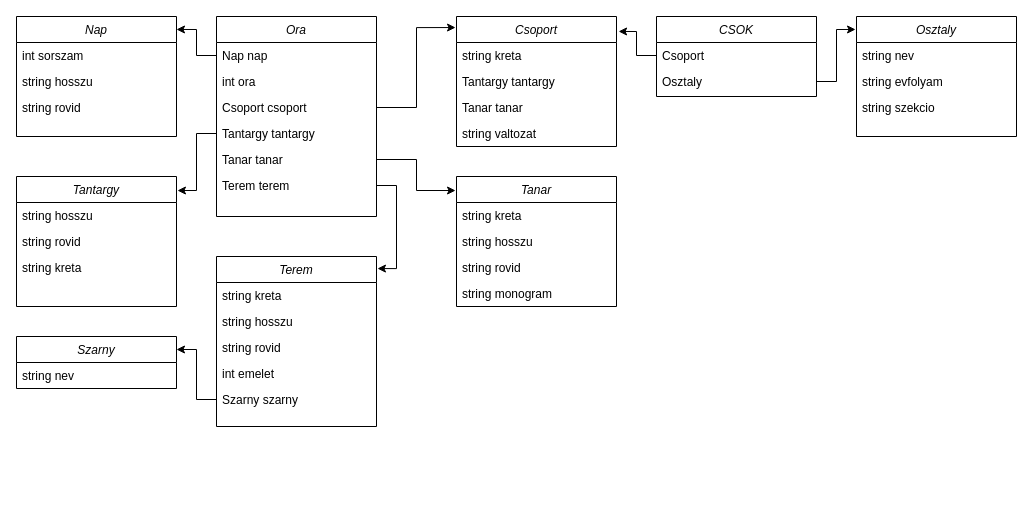
MolnAtt/szlgorarend keeps this draw.io diagram as dbmodel.drawio. Above is the earlier version. Source tidied: cells renumbered, new cells numbered last; positions are measured from the earlier drawing's top-left corner, leaving out a move shared by most shapes. Both pictures are drawn from the tidied source at 100%, with x=0, y=0 at pixel (16, 16).
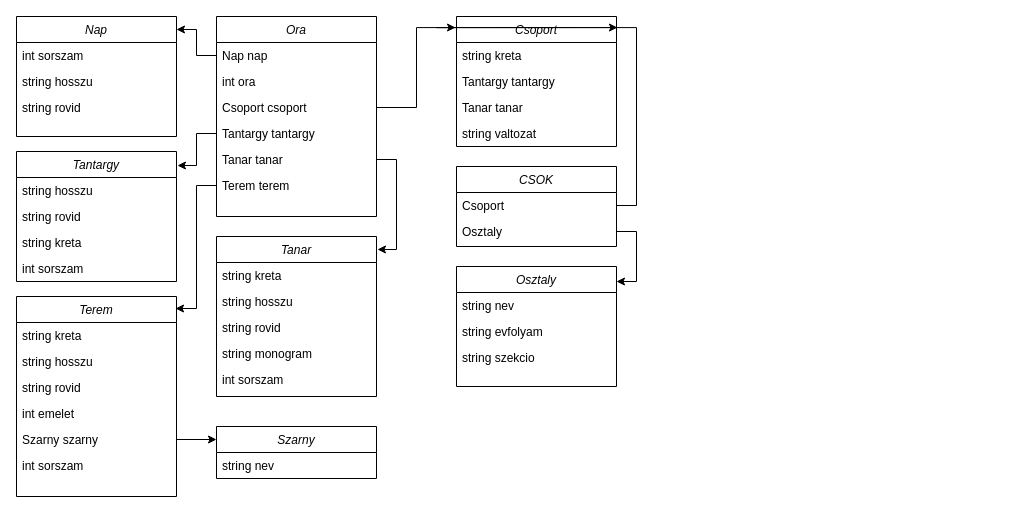
After the change.

The change refers to these unchanged cells:
```xml
<mxCell id="7" value="Tanar tanar&#10;" style="text;align=left;verticalAlign=top;spacingLeft=4;spacingRight=4;overflow=hidden;points=[[0,0.5],[1,0.5]];portConstraint=eastwest;rounded=0;shadow=0;html=0;" parent="2" vertex="1">
  <mxGeometry y="130" width="160" height="26" as="geometry" />
</mxCell>
<mxCell id="8" value="Terem terem&#10;" style="text;align=left;verticalAlign=top;spacingLeft=4;spacingRight=4;overflow=hidden;points=[[0,0.5],[1,0.5]];portConstraint=eastwest;rounded=0;shadow=0;html=0;" parent="2" vertex="1">
  <mxGeometry y="156" width="160" height="26" as="geometry" />
</mxCell>
<mxCell id="18" value="Csoport" style="swimlane;fontStyle=2;align=center;verticalAlign=top;horizontal=1;startSize=26;rounded=0;shadow=0;strokeWidth=1;" parent="1" vertex="1">
  <mxGeometry x="440" width="160" height="130" as="geometry" />
</mxCell>
<mxCell id="35" value="Csoport" style="text;align=left;verticalAlign=top;spacingLeft=4;spacingRight=4;overflow=hidden;points=[[0,0.5],[1,0.5]];portConstraint=eastwest;" parent="34" vertex="1">
  <mxGeometry y="26" width="160" height="26" as="geometry" />
</mxCell>
<mxCell id="36" value="Osztaly" style="text;align=left;verticalAlign=top;spacingLeft=4;spacingRight=4;overflow=hidden;points=[[0,0.5],[1,0.5]];portConstraint=eastwest;rounded=0;shadow=0;html=0;" parent="34" vertex="1">
  <mxGeometry y="52" width="160" height="26" as="geometry" />
</mxCell>
<mxCell id="45" value="Szarny szarny" style="text;align=left;verticalAlign=top;spacingLeft=4;spacingRight=4;overflow=hidden;points=[[0,0.5],[1,0.5]];portConstraint=eastwest;rounded=0;shadow=0;html=0;" parent="40" vertex="1">
  <mxGeometry y="130" width="160" height="26" as="geometry" />
</mxCell>
```

Change to the diagram source:
```diff
@@
     <mxCell id="14" value="Osztaly" style="swimlane;fontStyle=2;align=center;verticalAlign=top;horizontal=1;startSize=26;rounded=0;shadow=0;strokeWidth=1;" parent="1" vertex="1">
-      <mxGeometry x="840" width="160" height="120" as="geometry" />
+      <mxGeometry x="440" y="250" width="160" height="120" as="geometry" />
     </mxCell>
@@
     <mxCell id="23" value="Tantargy" style="swimlane;fontStyle=2;align=center;verticalAlign=top;horizontal=1;startSize=26;rounded=0;shadow=0;strokeWidth=1;" parent="1" vertex="1">
-      <mxGeometry y="160" width="160" height="130" as="geometry" />
+      <mxGeometry y="135" width="160" height="130" as="geometry" />
     </mxCell>
@@
+    <mxCell id="50" value="int sorszam" style="text;align=left;verticalAlign=top;spacingLeft=4;spacingRight=4;overflow=hidden;rounded=0;shadow=0;html=0;" parent="23" vertex="1">
+      <mxGeometry y="104" width="160" height="26" as="geometry" />
+    </mxCell>
@@
     <mxCell id="29" value="Tanar" style="swimlane;fontStyle=2;align=center;verticalAlign=top;horizontal=1;startSize=26;rounded=0;shadow=0;strokeWidth=1;" parent="1" vertex="1">
-      <mxGeometry x="440" y="160" width="160" height="130" as="geometry" />
+      <mxGeometry x="200" y="220" width="160" height="160" as="geometry" />
     </mxCell>
@@
+    <mxCell id="51" value="int sorszam" style="text;align=left;verticalAlign=top;spacingLeft=4;spacingRight=4;overflow=hidden;rounded=0;shadow=0;html=0;" parent="29" vertex="1">
+      <mxGeometry y="130" width="160" height="26" as="geometry" />
+    </mxCell>
     <mxCell id="34" value="CSOK" style="swimlane;fontStyle=2;align=center;verticalAlign=top;horizontal=1;startSize=26;rounded=0;shadow=0;strokeWidth=1;" parent="1" vertex="1">
-      <mxGeometry x="640" width="160" height="80" as="geometry" />
+      <mxGeometry x="440" y="150" width="160" height="80" as="geometry" />
     </mxCell>
@@
-    <mxCell id="37" style="edgeStyle=orthogonalEdgeStyle;rounded=0;jettySize=auto;html=1;exitX=0;exitY=0.5;exitDx=0;exitDy=0;entryX=1.013;entryY=0.115;entryDx=0;entryDy=0;entryPerimeter=0;" parent="1" edge="1" source="35" target="18">
-      <mxGeometry relative="1" as="geometry" />
-    </mxCell>
-    <mxCell id="38" style="edgeStyle=orthogonalEdgeStyle;rounded=0;jettySize=auto;html=1;exitX=1;exitY=0.5;exitDx=0;exitDy=0;entryX=-0.006;entryY=0.108;entryDx=0;entryDy=0;entryPerimeter=0;" parent="1" edge="1" source="36" target="14">
-      <mxGeometry relative="1" as="geometry" />
-    </mxCell>
-    <mxCell id="39" style="edgeStyle=orthogonalEdgeStyle;rounded=0;jettySize=auto;html=1;exitX=1;exitY=0.5;exitDx=0;exitDy=0;entryX=-0.006;entryY=0.108;entryDx=0;entryDy=0;entryPerimeter=0;" parent="1" edge="1" source="7" target="29">
-      <mxGeometry relative="1" as="geometry" />
-    </mxCell>
     <mxCell id="40" value="Terem" style="swimlane;fontStyle=2;align=center;verticalAlign=top;horizontal=1;startSize=26;rounded=0;shadow=0;strokeWidth=1;" parent="1" vertex="1">
-      <mxGeometry x="200" y="240" width="160" height="170" as="geometry" />
+      <mxGeometry y="280" width="160" height="200" as="geometry" />
     </mxCell>
@@
+    <mxCell id="52" value="int sorszam" style="text;align=left;verticalAlign=top;spacingLeft=4;spacingRight=4;overflow=hidden;rounded=0;shadow=0;html=0;" parent="40" vertex="1">
+      <mxGeometry y="156" width="160" height="26" as="geometry" />
+    </mxCell>
     <mxCell id="46" value="Szarny" style="swimlane;fontStyle=2;align=center;verticalAlign=top;horizontal=1;startSize=26;rounded=0;shadow=0;strokeWidth=1;" parent="1" vertex="1">
-      <mxGeometry y="320" width="160" height="52" as="geometry" />
+      <mxGeometry x="200" y="410" width="160" height="52" as="geometry" />
     </mxCell>
@@
+    <mxCell id="37" style="edgeStyle=orthogonalEdgeStyle;rounded=0;jettySize=auto;html=1;exitX=1;exitY=0.5;exitDx=0;exitDy=0;entryX=1.006;entryY=0.085;entryDx=0;entryDy=0;entryPerimeter=0;" parent="1" edge="1" source="35" target="18">
+      <mxGeometry relative="1" as="geometry" />
+    </mxCell>
+    <mxCell id="38" style="edgeStyle=orthogonalEdgeStyle;rounded=0;jettySize=auto;html=1;exitX=1;exitY=0.5;exitDx=0;exitDy=0;entryX=1;entryY=0.125;entryDx=0;entryDy=0;entryPerimeter=0;" parent="1" edge="1" source="36" target="14">
+      <mxGeometry relative="1" as="geometry" />
+    </mxCell>
+    <mxCell id="39" style="edgeStyle=orthogonalEdgeStyle;rounded=0;jettySize=auto;html=1;exitX=1;exitY=0.5;exitDx=0;exitDy=0;entryX=1.006;entryY=0.081;entryDx=0;entryDy=0;entryPerimeter=0;" parent="1" edge="1" source="7" target="29">
+      <mxGeometry relative="1" as="geometry" />
+    </mxCell>
-    <mxCell id="48" style="edgeStyle=orthogonalEdgeStyle;rounded=0;jettySize=auto;html=1;exitX=0;exitY=0.5;exitDx=0;exitDy=0;entryX=1;entryY=0.25;entryDx=0;entryDy=0;" parent="1" edge="1" source="45" target="46">
+    <mxCell id="48" style="edgeStyle=orthogonalEdgeStyle;rounded=0;jettySize=auto;html=1;exitX=1;exitY=0.5;exitDx=0;exitDy=0;entryX=0;entryY=0.25;entryDx=0;entryDy=0;" parent="1" edge="1" source="45" target="46">
       <mxGeometry relative="1" as="geometry" />
     </mxCell>
-    <mxCell id="49" style="edgeStyle=orthogonalEdgeStyle;rounded=0;jettySize=auto;html=1;exitX=1;exitY=0.5;exitDx=0;exitDy=0;entryX=1.006;entryY=0.071;entryDx=0;entryDy=0;entryPerimeter=0;" parent="1" edge="1" source="8" target="40">
+    <mxCell id="49" style="edgeStyle=orthogonalEdgeStyle;rounded=0;jettySize=auto;html=1;exitX=0;exitY=0.5;exitDx=0;exitDy=0;entryX=0.994;entryY=0.06;entryDx=0;entryDy=0;entryPerimeter=0;" parent="1" edge="1" source="8" target="40">
       <mxGeometry relative="1" as="geometry" />
     </mxCell>
```
